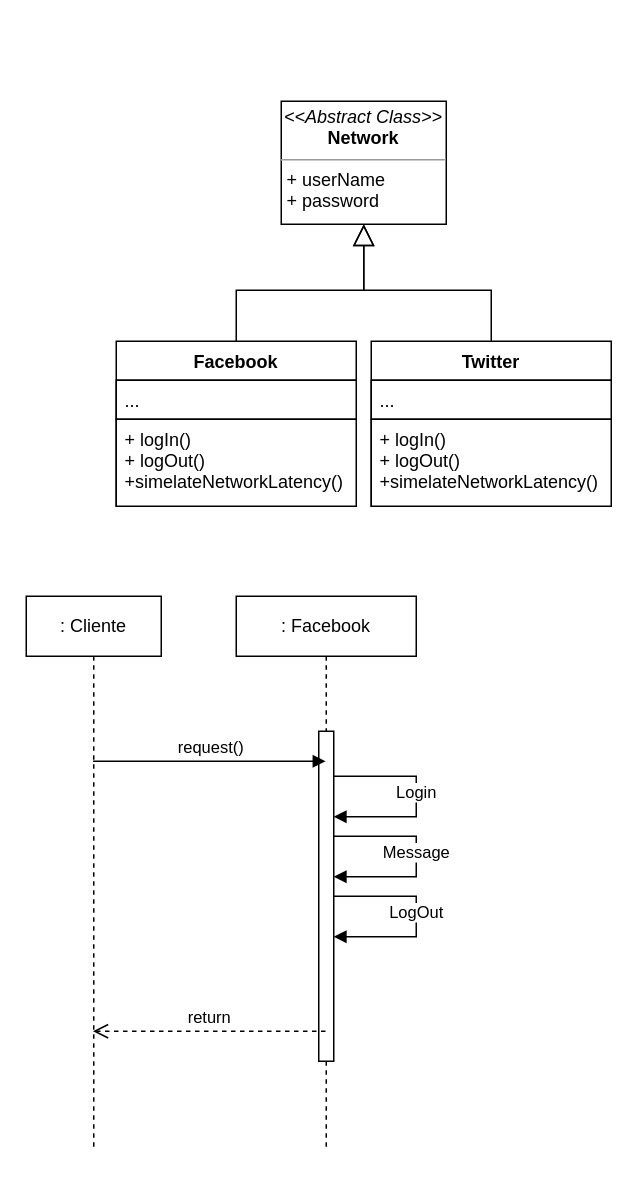
This is page "Template Method" (21 of 22) of Diagramas.drawio from estebansalas18/Patrones-GoF, a draw.io file, before an edit. Source tidied: cells renumbered, new cells numbered last; positions are measured from the earlier drawing's top-left corner, leaving out a move shared by most shapes. Both pictures are drawn from the tidied source at 150%, with x=0, y=0 at pixel (26, 100).
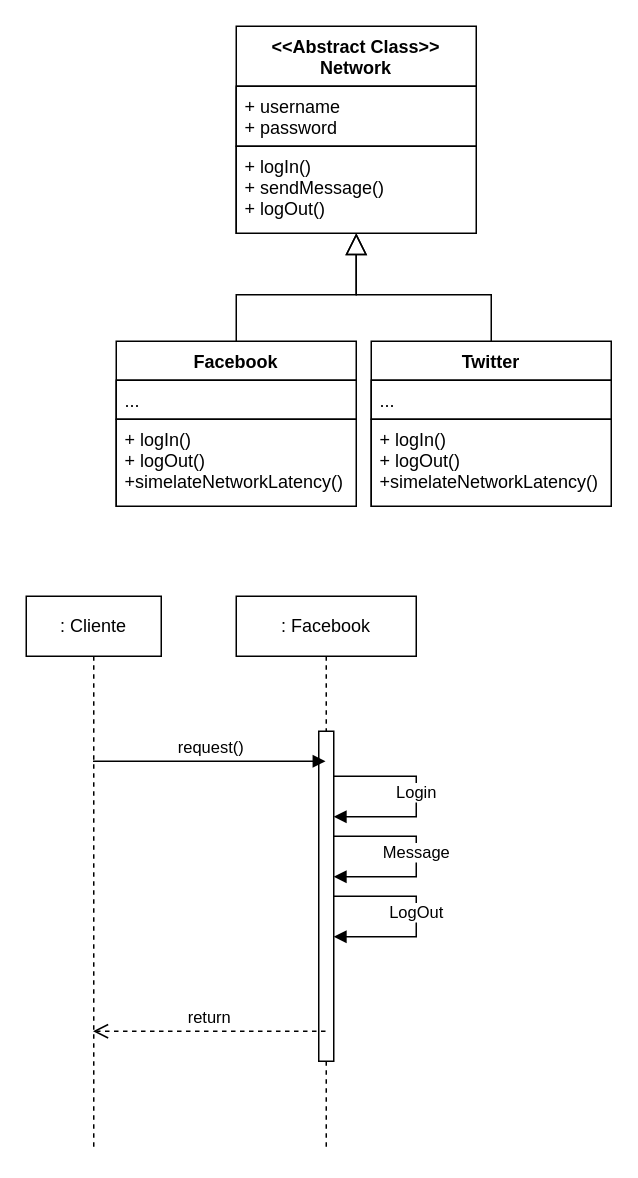
After the change.

The change refers to these unchanged cells:
```xml
<mxCell id="3" value="Facebook" style="swimlane;fontStyle=1;align=center;verticalAlign=top;horizontal=1;startSize=26;rounded=0;shadow=0;labelBackgroundColor=none;sketch=0;fillStyle=auto;fontColor=#000000;strokeColor=#000000;strokeWidth=1;fillColor=#FFFFFF;gradientColor=none;" parent="1" vertex="1">
  <mxGeometry x="60" y="160" width="160" height="110" as="geometry" />
</mxCell>
<mxCell id="8" value="Twitter" style="swimlane;fontStyle=1;align=center;verticalAlign=top;horizontal=1;startSize=26;rounded=0;shadow=0;labelBackgroundColor=none;sketch=0;fillStyle=auto;fontColor=#000000;strokeColor=#000000;strokeWidth=1;fillColor=#FFFFFF;gradientColor=none;" parent="1" vertex="1">
  <mxGeometry x="230" y="160" width="160" height="110" as="geometry" />
</mxCell>
```

Diff of the diagram source:
```diff
@@
-    <mxCell id="2" style="edgeStyle=orthogonalEdgeStyle;rounded=0;jettySize=auto;html=1;startArrow=none;startFill=0;endArrow=block;endFill=0;startSize=12;endSize=12;" parent="1" edge="1" source="3" target="6">
+    <mxCell id="2" style="edgeStyle=orthogonalEdgeStyle;rounded=0;jettySize=auto;html=1;startArrow=none;startFill=0;endArrow=block;endFill=0;startSize=12;endSize=12;" parent="1" edge="1" source="3" target="19">
       <mxGeometry relative="1" as="geometry" />
     </mxCell>
@@
-    <mxCell id="6" value="&lt;p style=&quot;margin:0px;margin-top:4px;text-align:center;&quot;&gt;&lt;i&gt;&amp;lt;&amp;lt;Abstract Class&amp;gt;&amp;gt;&lt;/i&gt;&lt;br&gt;&lt;b&gt;Network&lt;/b&gt;&lt;/p&gt;&lt;hr size=&quot;1&quot;&gt;&lt;p style=&quot;margin:0px;margin-left:4px;&quot;&gt;&lt;span style=&quot;background-color: initial;&quot;&gt;+ userName&lt;/span&gt;&lt;/p&gt;&lt;p style=&quot;margin:0px;margin-left:4px;&quot;&gt;&lt;span style=&quot;background-color: initial;&quot;&gt;+ password&lt;/span&gt;&lt;/p&gt;" style="verticalAlign=top;align=left;overflow=fill;fontSize=12;fontFamily=Helvetica;html=1;fillColor=#FFFFFF;fontColor=#000000;strokeColor=#000000;" parent="1" vertex="1">
-      <mxGeometry x="170" width="110" height="82" as="geometry" />
-    </mxCell>
-    <mxCell id="7" style="edgeStyle=orthogonalEdgeStyle;rounded=0;jettySize=auto;html=1;startArrow=none;startFill=0;endArrow=block;endFill=0;startSize=12;endSize=12;" parent="1" edge="1" source="8" target="6">
+    <mxCell id="7" style="edgeStyle=orthogonalEdgeStyle;rounded=0;jettySize=auto;html=1;startArrow=none;startFill=0;endArrow=block;endFill=0;startSize=12;endSize=12;" parent="1" edge="1" source="8" target="19">
       <mxGeometry relative="1" as="geometry" />
     </mxCell>
@@
+    <mxCell id="19" value="&lt;&lt;Abstract Class&gt;&gt;&#10;Network" style="swimlane;fontStyle=1;align=center;verticalAlign=top;horizontal=1;startSize=40;rounded=0;shadow=0;labelBackgroundColor=none;sketch=0;fillStyle=auto;fontColor=#000000;strokeColor=#000000;strokeWidth=1;fillColor=#FFFFFF;gradientColor=none;" parent="1" vertex="1">
+      <mxGeometry x="140" y="-50" width="160" height="138" as="geometry" />
+    </mxCell>
+    <mxCell id="20" value="+ username&#10;+ password" style="text;strokeColor=#000000;fillColor=#FFFFFF;align=left;verticalAlign=top;spacingLeft=4;spacingRight=4;overflow=hidden;rounded=0;shadow=0;labelBackgroundColor=none;sketch=0;fillStyle=auto;fontColor=#000000;" parent="19" vertex="1">
+      <mxGeometry y="40" width="160" height="40" as="geometry" />
+    </mxCell>
+    <mxCell id="21" value="+ logIn()&#10;+ sendMessage()&#10;+ logOut()" style="text;strokeColor=#000000;fillColor=#FFFFFF;align=left;verticalAlign=top;spacingLeft=4;spacingRight=4;overflow=hidden;rounded=0;shadow=0;labelBackgroundColor=none;sketch=0;fillStyle=auto;fontColor=#000000;" parent="19" vertex="1">
+      <mxGeometry y="80" width="160" height="58" as="geometry" />
+    </mxCell>
```
